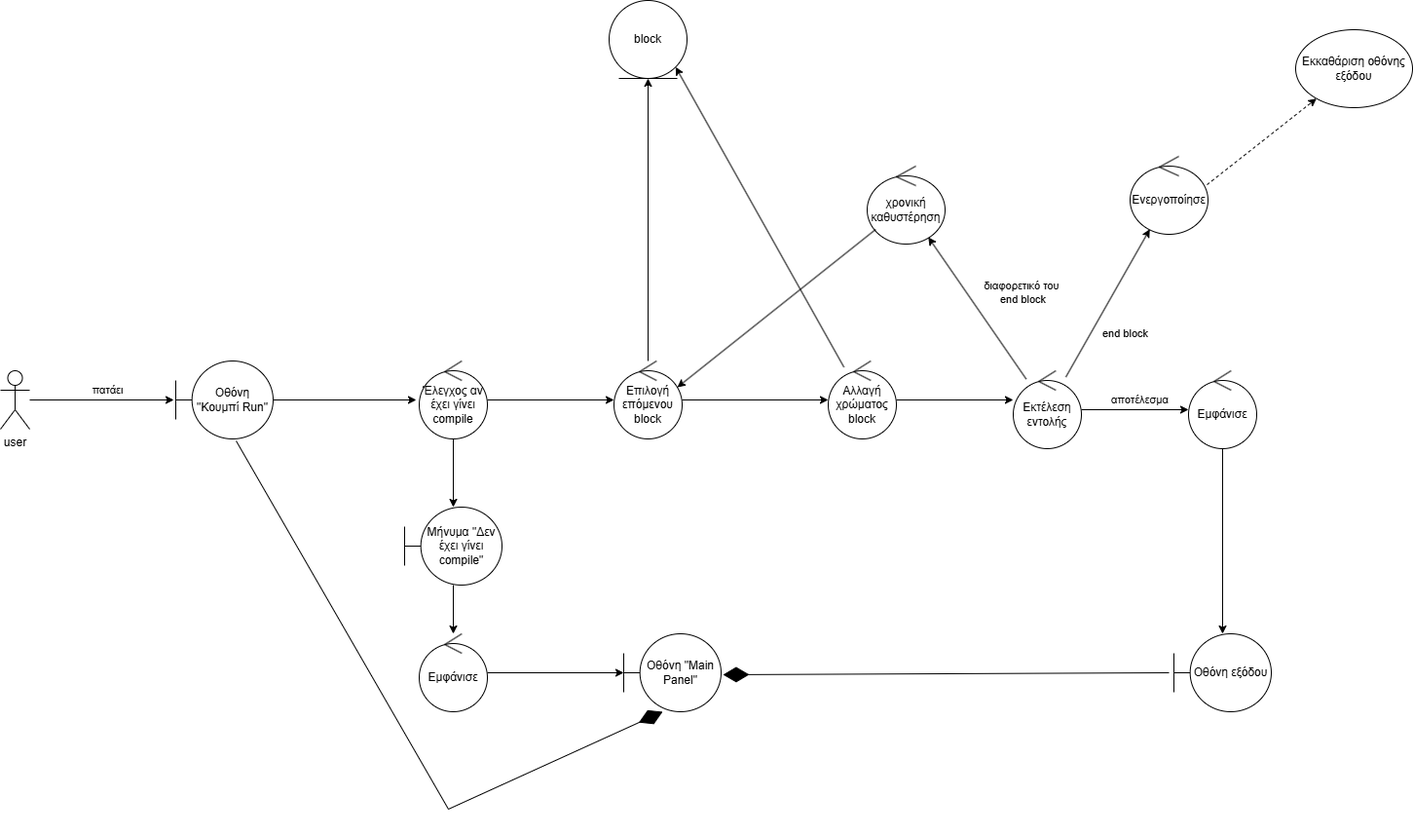
The draw.io diagram robustness_4.drawio.png in VasilisMichanetzis/Software-engineering-project-2025, before a commit. Source tidied: cells renumbered, new cells last; positions are measured from the earlier drawing's top-left corner, leaving out a move shared by most shapes. Source of this version:
```xml
<mxGraphModel>
  <root>
    <mxCell id="0" />
    <mxCell id="1" parent="0" />
    <mxCell id="2" value="user" style="shape=umlActor;verticalLabelPosition=bottom;verticalAlign=top;html=1;" parent="1" vertex="1">
      <mxGeometry y="380" width="30" height="60" as="geometry" />
    </mxCell>
    <mxCell id="3" value="Οθόνη &quot;Κουμπί Run&quot;" style="shape=umlBoundary;whiteSpace=wrap;html=1;" parent="1" vertex="1">
      <mxGeometry x="180" y="370" width="100" height="80" as="geometry" />
    </mxCell>
    <mxCell id="4" value="πατάει" style="edgeStyle=orthogonalEdgeStyle;rounded=0;jettySize=auto;html=1;entryX=-0.02;entryY=0.5;entryDx=0;entryDy=0;entryPerimeter=0;" parent="1" edge="1" source="2" target="3">
      <mxGeometry x="0.08" y="10" relative="1" as="geometry" />
    </mxCell>
    <mxCell id="5" style="edgeStyle=orthogonalEdgeStyle;rounded=0;jettySize=auto;html=1;" parent="1" edge="1" source="6" target="9">
      <mxGeometry relative="1" as="geometry" />
    </mxCell>
    <mxCell id="6" value="Έλεγχος αν έχει γίνει compile" style="ellipse;shape=umlControl;whiteSpace=wrap;html=1;" parent="1" vertex="1">
      <mxGeometry x="430" y="370" width="70" height="80" as="geometry" />
    </mxCell>
    <mxCell id="7" style="edgeStyle=orthogonalEdgeStyle;rounded=0;jettySize=auto;html=1;" parent="1" edge="1" source="3">
      <mxGeometry relative="1" as="geometry">
        <mxPoint x="427" y="410" as="targetPoint" />
      </mxGeometry>
    </mxCell>
    <mxCell id="8" style="edgeStyle=orthogonalEdgeStyle;rounded=0;jettySize=auto;html=1;" parent="1" edge="1" source="9" target="10">
      <mxGeometry relative="1" as="geometry" />
    </mxCell>
    <mxCell id="9" value="Μήνυμα &quot;Δεν έχει γίνει compile&quot;" style="shape=umlBoundary;whiteSpace=wrap;html=1;fillColor=light-dark(#FFFFFF,#FF0000);" parent="1" vertex="1">
      <mxGeometry x="415" y="520" width="100" height="80" as="geometry" />
    </mxCell>
    <mxCell id="10" value="Εμφάνισε" style="ellipse;shape=umlControl;whiteSpace=wrap;html=1;fillColor=light-dark(#FFFFFF,#FF0000);" parent="1" vertex="1">
      <mxGeometry x="430" y="650" width="70" height="80" as="geometry" />
    </mxCell>
    <mxCell id="11" value="Οθόνη &quot;Main Panel&quot;" style="shape=umlBoundary;whiteSpace=wrap;html=1;" parent="1" vertex="1">
      <mxGeometry x="640" y="650" width="100" height="80" as="geometry" />
    </mxCell>
    <mxCell id="12" style="edgeStyle=orthogonalEdgeStyle;rounded=0;jettySize=auto;html=1;entryX=0;entryY=0.5;entryDx=0;entryDy=0;entryPerimeter=0;" parent="1" edge="1" source="10" target="11">
      <mxGeometry relative="1" as="geometry" />
    </mxCell>
    <mxCell id="13" style="endArrow=diamondThin;endFill=1;endSize=24;html=1;rounded=0;exitX=0.62;exitY=1.025;exitDx=0;exitDy=0;exitPerimeter=0;entryX=0.4;entryY=1;entryDx=0;entryDy=0;entryPerimeter=0;" parent="1" edge="1" source="3" target="11">
      <mxGeometry relative="1" as="geometry">
        <Array as="points">
          <mxPoint x="460" y="830" />
        </Array>
      </mxGeometry>
    </mxCell>
    <mxCell id="14" style="edgeStyle=orthogonalEdgeStyle;rounded=0;jettySize=auto;html=1;entryX=0.5;entryY=1;entryDx=0;entryDy=0;" parent="1" edge="1" source="15" target="17">
      <mxGeometry relative="1" as="geometry" />
    </mxCell>
    <mxCell id="15" value="Επιλογή επόμενου block" style="ellipse;shape=umlControl;whiteSpace=wrap;html=1;" parent="1" vertex="1">
      <mxGeometry x="630" y="370" width="70" height="80" as="geometry" />
    </mxCell>
    <mxCell id="16" style="edgeStyle=orthogonalEdgeStyle;rounded=0;jettySize=auto;html=1;entryX=0;entryY=0.5;entryDx=0;entryDy=0;entryPerimeter=0;" parent="1" edge="1" source="6" target="15">
      <mxGeometry relative="1" as="geometry" />
    </mxCell>
    <mxCell id="17" value="block" style="ellipse;shape=umlEntity;whiteSpace=wrap;html=1;" parent="1" vertex="1">
      <mxGeometry x="625" width="80" height="80" as="geometry" />
    </mxCell>
    <mxCell id="18" value="Αλλαγή χρώματος block" style="ellipse;shape=umlControl;whiteSpace=wrap;html=1;" parent="1" vertex="1">
      <mxGeometry x="850" y="370" width="70" height="80" as="geometry" />
    </mxCell>
    <mxCell id="19" style="edgeStyle=orthogonalEdgeStyle;rounded=0;jettySize=auto;html=1;entryX=0;entryY=0.5;entryDx=0;entryDy=0;entryPerimeter=0;" parent="1" edge="1" source="15" target="18">
      <mxGeometry relative="1" as="geometry" />
    </mxCell>
    <mxCell id="20" style="endArrow=classic;html=1;rounded=0;entryX=1;entryY=1;entryDx=0;entryDy=0;" parent="1" edge="1" source="18" target="17">
      <mxGeometry relative="1" as="geometry" />
    </mxCell>
    <mxCell id="21" value="Εκτέλεση εντολής" style="ellipse;shape=umlControl;whiteSpace=wrap;html=1;" parent="1" vertex="1">
      <mxGeometry x="1040" y="380" width="70" height="80" as="geometry" />
    </mxCell>
    <mxCell id="22" style="edgeStyle=orthogonalEdgeStyle;rounded=0;jettySize=auto;html=1;" parent="1" edge="1" source="23" target="26">
      <mxGeometry relative="1" as="geometry" />
    </mxCell>
    <mxCell id="23" value="Εμφάνισε" style="ellipse;shape=umlControl;whiteSpace=wrap;html=1;" parent="1" vertex="1">
      <mxGeometry x="1220" y="380" width="70" height="80" as="geometry" />
    </mxCell>
    <mxCell id="24" value="αποτέλεσμα" style="edgeStyle=orthogonalEdgeStyle;rounded=0;jettySize=auto;html=1;entryX=0;entryY=0.5;entryDx=0;entryDy=0;entryPerimeter=0;" parent="1" edge="1" source="21" target="23">
      <mxGeometry x="0.09" y="10" relative="1" as="geometry" />
    </mxCell>
    <mxCell id="25" style="edgeStyle=orthogonalEdgeStyle;rounded=0;jettySize=auto;html=1;entryX=0;entryY=0.375;entryDx=0;entryDy=0;entryPerimeter=0;" parent="1" edge="1" source="18" target="21">
      <mxGeometry relative="1" as="geometry" />
    </mxCell>
    <mxCell id="26" value="Οθόνη εξόδου" style="shape=umlBoundary;whiteSpace=wrap;html=1;" parent="1" vertex="1">
      <mxGeometry x="1205" y="650" width="100" height="80" as="geometry" />
    </mxCell>
    <mxCell id="27" style="endArrow=diamondThin;endFill=1;endSize=24;html=1;rounded=0;entryX=1.02;entryY=0.525;entryDx=0;entryDy=0;entryPerimeter=0;" parent="1" edge="1" target="11">
      <mxGeometry relative="1" as="geometry">
        <mxPoint x="1200" y="690" as="sourcePoint" />
      </mxGeometry>
    </mxCell>
    <mxCell id="28" value="Ενεργοποίησε" style="ellipse;shape=umlControl;whiteSpace=wrap;html=1;" parent="1" vertex="1">
      <mxGeometry x="1160" y="160" width="80" height="80" as="geometry" />
    </mxCell>
    <mxCell id="29" value="end block" style="endArrow=classic;html=1;rounded=0;" parent="1" edge="1" source="21" target="28">
      <mxGeometry x="-0.21" y="-31" relative="1" as="geometry" />
    </mxCell>
    <mxCell id="30" value="χρονική καθυστέρηση" style="ellipse;shape=umlControl;whiteSpace=wrap;html=1;" parent="1" vertex="1">
      <mxGeometry x="890" y="170" width="80" height="80" as="geometry" />
    </mxCell>
    <mxCell id="31" style="endArrow=classic;html=1;rounded=0;entryX=0.929;entryY=0.338;entryDx=0;entryDy=0;entryPerimeter=0;" parent="1" edge="1" source="30" target="15">
      <mxGeometry relative="1" as="geometry" />
    </mxCell>
    <mxCell id="32" value="διαφορετικό του&amp;nbsp;&lt;div&gt;end block&lt;/div&gt;" style="endArrow=classic;html=1;rounded=0;" parent="1" edge="1" source="21" target="30">
      <mxGeometry x="-0.16" y="-48" relative="1" as="geometry" />
    </mxCell>
    <mxCell id="33" value="Εκκαθάριση οθόνης εξόδου" style="ellipse;whiteSpace=wrap;html=1;" parent="1" vertex="1">
      <mxGeometry x="1330" y="30" width="120" height="80" as="geometry" />
    </mxCell>
    <mxCell id="34" style="html=1;labelBackgroundColor=#ffffff;startArrow=none;startFill=0;startSize=6;endArrow=classic;endFill=1;endSize=6;jettySize=auto;strokeWidth=1;dashed=1;fontSize=14;rounded=0;exitX=0.988;exitY=0.363;exitDx=0;exitDy=0;exitPerimeter=0;" parent="1" edge="1" source="28" target="33">
      <mxGeometry relative="1" as="geometry" />
    </mxCell>
  </root>
</mxGraphModel>
```
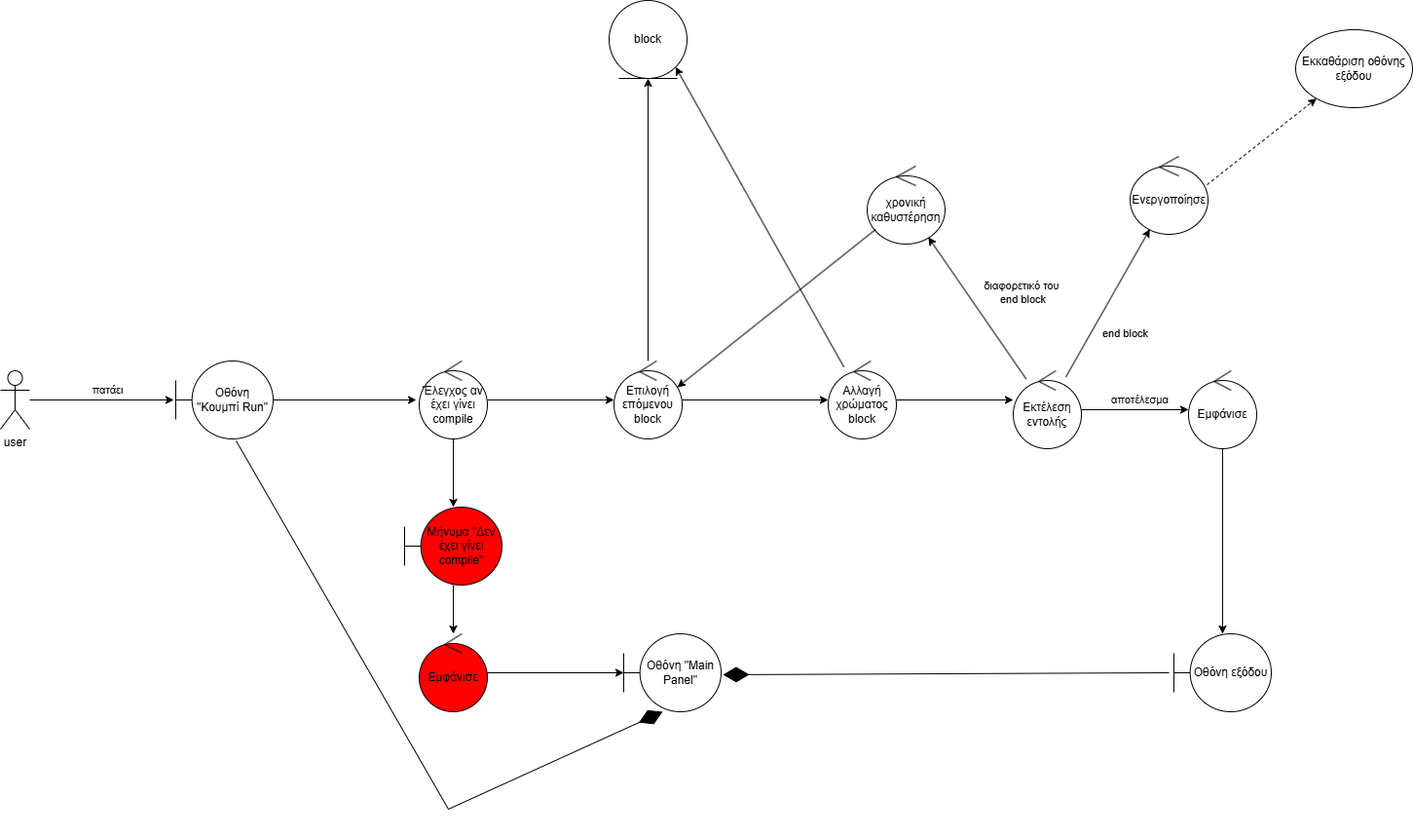
The same diagram one commit later.

Change to the diagram source:
```diff
@@ -25,10 +25,10 @@
     <mxCell id="8" style="edgeStyle=orthogonalEdgeStyle;rounded=0;jettySize=auto;html=1;" parent="1" edge="1" source="9" target="10">
       <mxGeometry relative="1" as="geometry" />
     </mxCell>
-    <mxCell id="9" value="Μήνυμα &quot;Δεν έχει γίνει compile&quot;" style="shape=umlBoundary;whiteSpace=wrap;html=1;fillColor=light-dark(#FFFFFF,#FF0000);" parent="1" vertex="1">
+    <mxCell id="9" value="Μήνυμα &quot;Δεν έχει γίνει compile&quot;" style="shape=umlBoundary;whiteSpace=wrap;html=1;fillColor=light-dark(#FF0000,#FF0000);" parent="1" vertex="1">
       <mxGeometry x="415" y="520" width="100" height="80" as="geometry" />
     </mxCell>
-    <mxCell id="10" value="Εμφάνισε" style="ellipse;shape=umlControl;whiteSpace=wrap;html=1;fillColor=light-dark(#FFFFFF,#FF0000);" parent="1" vertex="1">
+    <mxCell id="10" value="Εμφάνισε" style="ellipse;shape=umlControl;whiteSpace=wrap;html=1;fillColor=light-dark(#FF0000,#FF0000);" parent="1" vertex="1">
       <mxGeometry x="430" y="650" width="70" height="80" as="geometry" />
     </mxCell>
     <mxCell id="11" value="Οθόνη &quot;Main Panel&quot;" style="shape=umlBoundary;whiteSpace=wrap;html=1;" parent="1" vertex="1">
```
